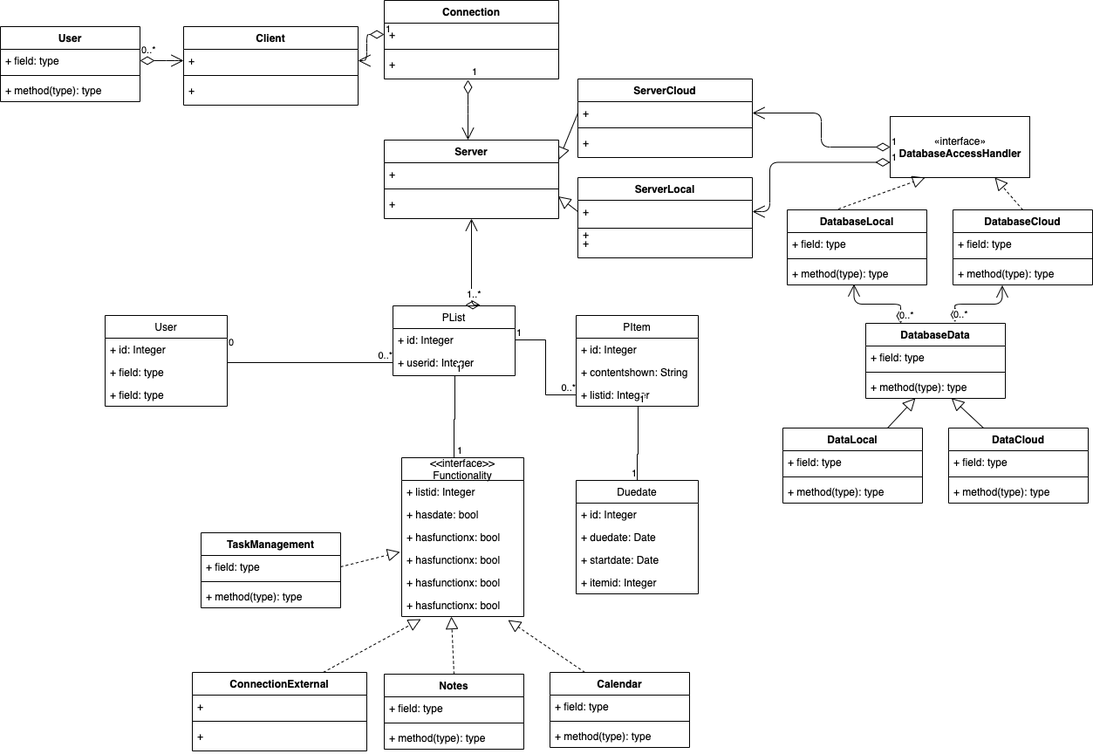
Above: docs/design/it2_class_diagram.png in zchris07/One-Stop (draw.io), before the change. Source tidied: cells renumbered, new cells last; positions are measured from the earlier drawing's top-left corner, leaving out a move shared by most shapes.
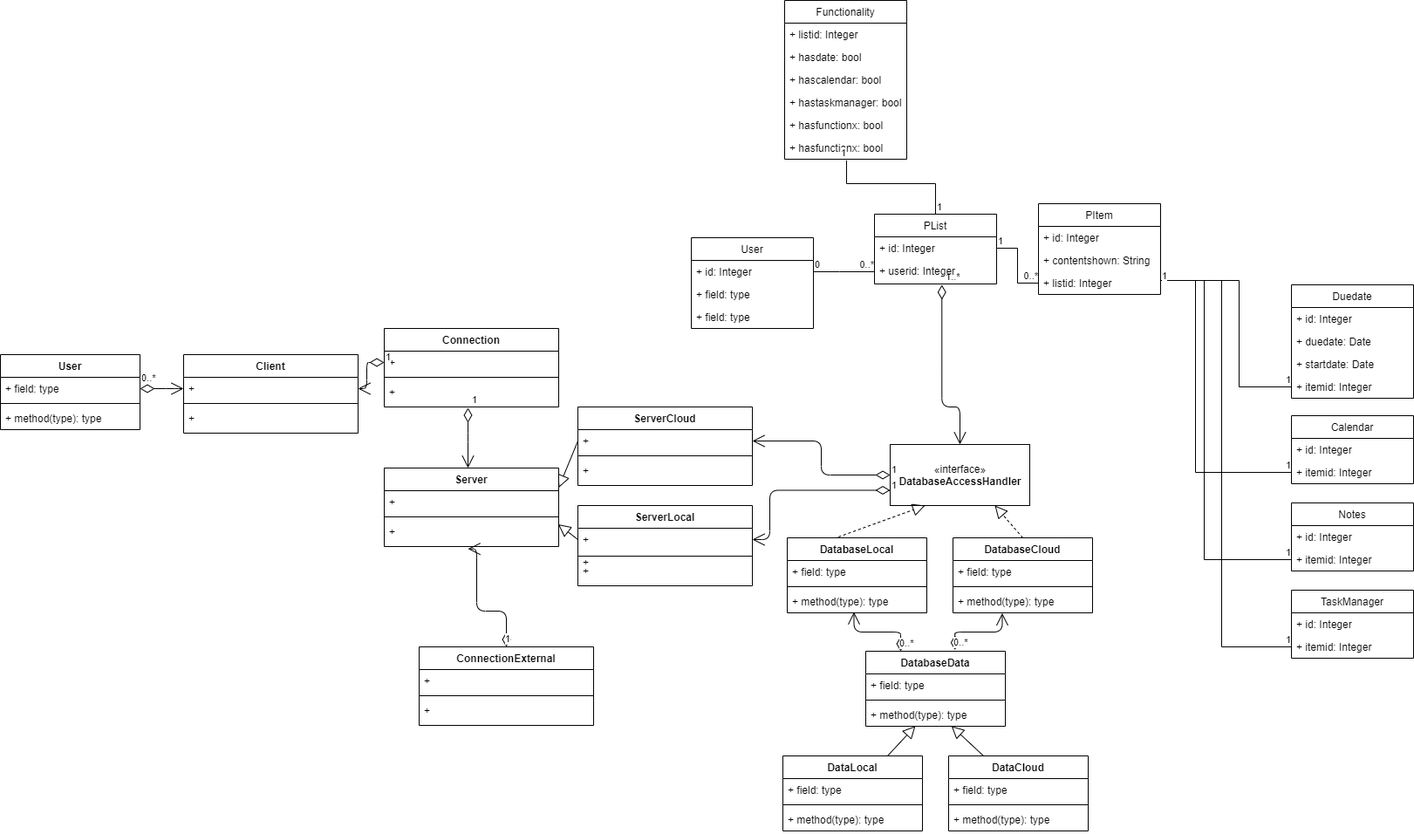
After the change.

Diff of the diagram source:
```diff
@@ -78,7 +78,7 @@
       <mxGeometry y="60" width="160" height="26" as="geometry" />
     </mxCell>
     <mxCell id="27" value="ConnectionExternal" style="swimlane;fontStyle=1;align=center;verticalAlign=top;horizontal=1;startSize=26;" parent="1" vertex="1">
-      <mxGeometry x="220" y="770" width="200" height="90" as="geometry" />
+      <mxGeometry x="480" y="365" width="200" height="90" as="geometry" />
     </mxCell>
     <mxCell id="28" value="+ " style="text;strokeColor=none;fillColor=none;align=left;verticalAlign=top;spacingLeft=4;spacingRight=4;overflow=hidden;" parent="27" vertex="1">
       <mxGeometry y="26" width="200" height="26" as="geometry" />
@@ -113,42 +113,6 @@
     <mxCell id="38" value="+ method(type): type" style="text;strokeColor=none;fillColor=none;align=left;verticalAlign=top;spacingLeft=4;spacingRight=4;overflow=hidden;" parent="35" vertex="1">
       <mxGeometry y="60" width="160" height="26" as="geometry" />
     </mxCell>
-    <mxCell id="39" value="TaskManagement" style="swimlane;fontStyle=1;align=center;verticalAlign=top;horizontal=1;startSize=26;" parent="1" vertex="1">
-      <mxGeometry x="230" y="610" width="160" height="86" as="geometry" />
-    </mxCell>
-    <mxCell id="40" value="+ field: type" style="text;strokeColor=none;fillColor=none;align=left;verticalAlign=top;spacingLeft=4;spacingRight=4;overflow=hidden;points=[[0,0.5],[1,0.5]];portConstraint=eastwest;" parent="39" vertex="1">
-      <mxGeometry y="26" width="160" height="26" as="geometry" />
-    </mxCell>
-    <mxCell id="41" style="line;strokeWidth=1;fillColor=none;align=left;verticalAlign=middle;spacingTop=-1;spacingLeft=3;spacingRight=3;labelPosition=right;" parent="39" vertex="1">
-      <mxGeometry y="52" width="160" height="8" as="geometry" />
-    </mxCell>
-    <mxCell id="42" value="+ method(type): type" style="text;strokeColor=none;fillColor=none;align=left;verticalAlign=top;spacingLeft=4;spacingRight=4;overflow=hidden;" parent="39" vertex="1">
-      <mxGeometry y="60" width="160" height="26" as="geometry" />
-    </mxCell>
-    <mxCell id="43" value="Calendar" style="swimlane;fontStyle=1;align=center;verticalAlign=top;horizontal=1;startSize=26;" parent="1" vertex="1">
-      <mxGeometry x="630" y="770" width="160" height="86" as="geometry" />
-    </mxCell>
-    <mxCell id="44" value="+ field: type" style="text;strokeColor=none;fillColor=none;align=left;verticalAlign=top;spacingLeft=4;spacingRight=4;overflow=hidden;" parent="43" vertex="1">
-      <mxGeometry y="26" width="160" height="26" as="geometry" />
-    </mxCell>
-    <mxCell id="45" style="line;strokeWidth=1;fillColor=none;align=left;verticalAlign=middle;spacingTop=-1;spacingLeft=3;spacingRight=3;labelPosition=right;" parent="43" vertex="1">
-      <mxGeometry y="52" width="160" height="8" as="geometry" />
-    </mxCell>
-    <mxCell id="46" value="+ method(type): type" style="text;strokeColor=none;fillColor=none;align=left;verticalAlign=top;spacingLeft=4;spacingRight=4;overflow=hidden;" parent="43" vertex="1">
-      <mxGeometry y="60" width="160" height="26" as="geometry" />
-    </mxCell>
-    <mxCell id="47" value="Notes" style="swimlane;fontStyle=1;align=center;verticalAlign=top;horizontal=1;startSize=26;" parent="1" vertex="1">
-      <mxGeometry x="440" y="772" width="160" height="86" as="geometry" />
-    </mxCell>
-    <mxCell id="48" value="+ field: type" style="text;strokeColor=none;fillColor=none;align=left;verticalAlign=top;spacingLeft=4;spacingRight=4;overflow=hidden;" parent="47" vertex="1">
-      <mxGeometry y="26" width="160" height="26" as="geometry" />
-    </mxCell>
-    <mxCell id="49" style="line;strokeWidth=1;fillColor=none;align=left;verticalAlign=middle;spacingTop=-1;spacingLeft=3;spacingRight=3;labelPosition=right;" parent="47" vertex="1">
-      <mxGeometry y="52" width="160" height="8" as="geometry" />
-    </mxCell>
-    <mxCell id="50" value="+ method(type): type" style="text;strokeColor=none;fillColor=none;align=left;verticalAlign=top;spacingLeft=4;spacingRight=4;overflow=hidden;" parent="47" vertex="1">
-      <mxGeometry y="60" width="160" height="26" as="geometry" />
-    </mxCell>
     <mxCell id="51" value="«interface»&lt;br&gt;&lt;b&gt;DatabaseAccessHandler&lt;/b&gt;" style="html=1;" parent="1" vertex="1">
       <mxGeometry x="1020" y="133" width="160" height="70" as="geometry" />
     </mxCell>
@@ -223,18 +187,6 @@
     <mxCell id="73" value="+ " style="text;strokeColor=none;fillColor=none;align=left;verticalAlign=top;spacingLeft=4;spacingRight=4;overflow=hidden;points=[[0,0.5],[1,0.5]];portConstraint=eastwest;" parent="70" vertex="1">
       <mxGeometry y="60" width="200" height="30" as="geometry" />
     </mxCell>
-    <mxCell id="74" style="endArrow=block;endFill=0;endSize=12;html=1;sourcePerimeterSpacing=8;targetPerimeterSpacing=8;entryX=0.871;entryY=1.154;entryDx=0;entryDy=0;exitX=0.25;exitY=0;exitDx=0;exitDy=0;dashed=1;entryPerimeter=0;" parent="1" edge="1" source="43" target="95">
-      <mxGeometry relative="1" as="geometry" />
-    </mxCell>
-    <mxCell id="75" style="endArrow=block;endFill=0;endSize=12;html=1;sourcePerimeterSpacing=8;targetPerimeterSpacing=8;entryX=0.407;entryY=1;entryDx=0;entryDy=0;exitX=0.5;exitY=0;exitDx=0;exitDy=0;dashed=1;entryPerimeter=0;" parent="1" edge="1" source="47" target="95">
-      <mxGeometry relative="1" as="geometry" />
-    </mxCell>
-    <mxCell id="76" style="endArrow=block;endFill=0;endSize=12;html=1;sourcePerimeterSpacing=8;targetPerimeterSpacing=8;entryX=0.157;entryY=1.115;entryDx=0;entryDy=0;exitX=0.75;exitY=0;exitDx=0;exitDy=0;dashed=1;entryPerimeter=0;" parent="1" edge="1" source="27" target="95">
-      <mxGeometry relative="1" as="geometry" />
-    </mxCell>
-    <mxCell id="77" style="endArrow=block;endFill=0;endSize=12;html=1;sourcePerimeterSpacing=8;targetPerimeterSpacing=8;entryX=-0.014;entryY=0.154;entryDx=0;entryDy=0;exitX=1;exitY=0.5;exitDx=0;exitDy=0;dashed=1;entryPerimeter=0;" parent="1" edge="1" source="40" target="93">
-      <mxGeometry relative="1" as="geometry" />
-    </mxCell>
     <mxCell id="78" value="1" style="endArrow=open;html=1;endSize=12;startArrow=diamondThin;startSize=14;startFill=0;edgeStyle=orthogonalEdgeStyle;align=left;verticalAlign=bottom;sourcePerimeterSpacing=8;targetPerimeterSpacing=8;" parent="1" edge="1">
       <mxGeometry x="-1" y="3" relative="1" as="geometry">
         <mxPoint x="536" y="91" as="sourcePoint" />
@@ -245,11 +197,11 @@
         </Array>
       </mxGeometry>
     </mxCell>
-    <mxCell id="79" value="1..*" style="endArrow=open;html=1;endSize=12;startArrow=diamondThin;startSize=14;startFill=0;edgeStyle=orthogonalEdgeStyle;align=left;verticalAlign=bottom;sourcePerimeterSpacing=8;targetPerimeterSpacing=8;exitX=0.593;exitY=-0.013;exitDx=0;exitDy=0;exitPerimeter=0;" parent="1" edge="1" source="82">
+    <mxCell id="79" value="1..*" style="endArrow=open;html=1;endSize=12;startArrow=diamondThin;startSize=14;startFill=0;edgeStyle=orthogonalEdgeStyle;align=left;verticalAlign=bottom;sourcePerimeterSpacing=8;targetPerimeterSpacing=8;exitX=0.552;exitY=1.036;exitDx=0;exitDy=0;exitPerimeter=0;entryX=0.5;entryY=0;entryDx=0;entryDy=0;" parent="1" edge="1" source="84" target="51">
       <mxGeometry x="-1" y="3" relative="1" as="geometry">
-        <mxPoint x="540" y="250" as="targetPoint" />
         <Array as="points">
-          <mxPoint x="540" y="349" />
+          <mxPoint x="1079" y="90" />
+          <mxPoint x="1100" y="90" />
         </Array>
       </mxGeometry>
     </mxCell>
@@ -270,7 +222,7 @@
       </mxGeometry>
     </mxCell>
     <mxCell id="82" value="PList" style="swimlane;fontStyle=0;horizontal=1;startSize=26;fillColor=none;" parent="1" vertex="1">
-      <mxGeometry x="450" y="350" width="140" height="80" as="geometry" />
+      <mxGeometry x="1002" y="-131" width="140" height="80" as="geometry" />
     </mxCell>
     <mxCell id="83" value="+ id: Integer" style="text;strokeColor=none;fillColor=none;align=left;verticalAlign=top;spacingLeft=4;spacingRight=4;overflow=hidden;points=[[0,0.5],[1,0.5]];portConstraint=eastwest;" parent="82" vertex="1">
       <mxGeometry y="26" width="140" height="26" as="geometry" />
@@ -279,7 +231,7 @@
       <mxGeometry y="52" width="140" height="28" as="geometry" />
     </mxCell>
     <mxCell id="85" value="PItem" style="swimlane;fontStyle=0;horizontal=1;startSize=26;fillColor=none;" parent="1" vertex="1">
-      <mxGeometry x="660" y="361" width="140" height="104" as="geometry" />
+      <mxGeometry x="1190" y="-143" width="140" height="104" as="geometry" />
     </mxCell>
     <mxCell id="86" value="+ id: Integer" style="text;strokeColor=none;fillColor=none;align=left;verticalAlign=top;spacingLeft=4;spacingRight=4;overflow=hidden;" parent="85" vertex="1">
       <mxGeometry y="26" width="140" height="26" as="geometry" />
@@ -290,8 +242,8 @@
     <mxCell id="88" value="+ listid: Integer" style="text;strokeColor=none;fillColor=none;align=left;verticalAlign=top;spacingLeft=4;spacingRight=4;overflow=hidden;points=[[0,0.5],[1,0.5]];portConstraint=eastwest;" parent="85" vertex="1">
       <mxGeometry y="78" width="140" height="26" as="geometry" />
     </mxCell>
-    <mxCell id="89" value="&lt;&lt;interface&gt;&gt;&#10;Functionality" style="swimlane;fontStyle=0;horizontal=1;startSize=26;fillColor=none;" parent="1" vertex="1">
-      <mxGeometry x="460" y="524" width="140" height="182" as="geometry" />
+    <mxCell id="89" value="Functionality" style="swimlane;fontStyle=0;horizontal=1;startSize=26;fillColor=none;" parent="1" vertex="1">
+      <mxGeometry x="899" y="-376" width="140" height="182" as="geometry" />
     </mxCell>
     <mxCell id="90" value="+ listid: Integer" style="text;strokeColor=none;fillColor=none;align=left;verticalAlign=top;spacingLeft=4;spacingRight=4;overflow=hidden;" parent="89" vertex="1">
       <mxGeometry y="26" width="140" height="26" as="geometry" />
@@ -299,10 +251,10 @@
     <mxCell id="91" value="+ hasdate: bool" style="text;strokeColor=none;fillColor=none;align=left;verticalAlign=top;spacingLeft=4;spacingRight=4;overflow=hidden;" parent="89" vertex="1">
       <mxGeometry y="52" width="140" height="26" as="geometry" />
     </mxCell>
-    <mxCell id="92" value="+ hasfunctionx: bool" style="text;strokeColor=none;fillColor=none;align=left;verticalAlign=top;spacingLeft=4;spacingRight=4;overflow=hidden;" parent="89" vertex="1">
+    <mxCell id="92" value="+ hascalendar: bool" style="text;strokeColor=none;fillColor=none;align=left;verticalAlign=top;spacingLeft=4;spacingRight=4;overflow=hidden;" parent="89" vertex="1">
       <mxGeometry y="78" width="140" height="26" as="geometry" />
     </mxCell>
-    <mxCell id="93" value="+ hasfunctionx: bool" style="text;strokeColor=none;fillColor=none;align=left;verticalAlign=top;spacingLeft=4;spacingRight=4;overflow=hidden;points=[[0,0.5],[1,0.5]];portConstraint=eastwest;" parent="89" vertex="1">
+    <mxCell id="93" value="+ hastaskmanager: bool" style="text;strokeColor=none;fillColor=none;align=left;verticalAlign=top;spacingLeft=4;spacingRight=4;overflow=hidden;points=[[0,0.5],[1,0.5]];portConstraint=eastwest;" parent="89" vertex="1">
       <mxGeometry y="104" width="140" height="26" as="geometry" />
     </mxCell>
     <mxCell id="94" value="+ hasfunctionx: bool" style="text;strokeColor=none;fillColor=none;align=left;verticalAlign=top;spacingLeft=4;spacingRight=4;overflow=hidden;" parent="89" vertex="1">
@@ -312,7 +264,7 @@
       <mxGeometry y="156" width="140" height="26" as="geometry" />
     </mxCell>
     <mxCell id="96" value="User" style="swimlane;fontStyle=0;horizontal=1;startSize=26;fillColor=none;" parent="1" vertex="1">
-      <mxGeometry x="120" y="361" width="140" height="104" as="geometry" />
+      <mxGeometry x="792" y="-104" width="140" height="104" as="geometry" />
     </mxCell>
     <mxCell id="97" value="+ id: Integer" style="text;strokeColor=none;fillColor=none;align=left;verticalAlign=top;spacingLeft=4;spacingRight=4;overflow=hidden;points=[[0,0.5],[1,0.5]];portConstraint=eastwest;" parent="96" vertex="1">
       <mxGeometry y="26" width="140" height="26" as="geometry" />
@@ -324,7 +276,7 @@
       <mxGeometry y="78" width="140" height="26" as="geometry" />
     </mxCell>
     <mxCell id="100" value="Duedate" style="swimlane;fontStyle=0;horizontal=1;startSize=26;fillColor=none;" parent="1" vertex="1">
-      <mxGeometry x="660" y="550" width="140" height="130" as="geometry" />
+      <mxGeometry x="1480" y="-50" width="140" height="130" as="geometry" />
     </mxCell>
     <mxCell id="101" value="+ id: Integer" style="text;strokeColor=none;fillColor=none;align=left;verticalAlign=top;spacingLeft=4;spacingRight=4;overflow=hidden;" parent="100" vertex="1">
       <mxGeometry y="26" width="140" height="26" as="geometry" />
@@ -350,7 +302,8 @@
     <mxCell id="108" style="endArrow=none;html=1;edgeStyle=orthogonalEdgeStyle;rounded=0;exitX=1;exitY=0.5;exitDx=0;exitDy=0;" parent="1" edge="1" source="97" target="84">
       <mxGeometry relative="1" as="geometry">
         <Array as="points">
-          <mxPoint x="260" y="415" />
+          <mxPoint x="962" y="-65" />
+          <mxPoint x="962" y="-65" />
         </Array>
       </mxGeometry>
     </mxCell>
@@ -360,11 +313,11 @@
     <mxCell id="110" value="0..*" style="edgeLabel;html=1;align=right;verticalAlign=bottom;" parent="108" vertex="1">
       <mxGeometry x="1" relative="1" as="geometry" />
     </mxCell>
-    <mxCell id="111" style="endArrow=none;html=1;edgeStyle=orthogonalEdgeStyle;rounded=0;exitX=0.507;exitY=1;exitDx=0;exitDy=0;entryX=0.5;entryY=0;entryDx=0;entryDy=0;exitPerimeter=0;" parent="1" edge="1" source="88" target="100">
+    <mxCell id="111" style="endArrow=none;html=1;edgeStyle=orthogonalEdgeStyle;rounded=0;exitX=1;exitY=0.5;exitDx=0;exitDy=0;entryX=0;entryY=0.5;entryDx=0;entryDy=0;" parent="1" edge="1" source="88" target="104">
       <mxGeometry relative="1" as="geometry">
         <Array as="points">
-          <mxPoint x="731" y="520" />
-          <mxPoint x="730" y="520" />
+          <mxPoint x="1420" y="-55" />
+          <mxPoint x="1420" y="67" />
         </Array>
       </mxGeometry>
     </mxCell>
@@ -374,12 +327,11 @@
     <mxCell id="113" value="1" style="edgeLabel;html=1;align=right;verticalAlign=bottom;" parent="111" vertex="1">
       <mxGeometry x="1" relative="1" as="geometry" />
     </mxCell>
-    <mxCell id="114" style="endArrow=none;html=1;edgeStyle=orthogonalEdgeStyle;rounded=0;entryX=0.5;entryY=0;entryDx=0;entryDy=0;exitX=0.507;exitY=1;exitDx=0;exitDy=0;exitPerimeter=0;" parent="1" edge="1" source="84" target="89">
+    <mxCell id="114" style="endArrow=none;html=1;edgeStyle=orthogonalEdgeStyle;rounded=0;entryX=0.507;entryY=1.051;entryDx=0;entryDy=0;exitX=0.5;exitY=0;exitDx=0;exitDy=0;entryPerimeter=0;" parent="1" edge="1" source="82" target="95">
       <mxGeometry relative="1" as="geometry">
         <Array as="points">
-          <mxPoint x="521" y="480" />
-          <mxPoint x="520" y="480" />
-          <mxPoint x="520" y="524" />
+          <mxPoint x="1072" y="-166" />
+          <mxPoint x="970" y="-166" />
         </Array>
       </mxGeometry>
     </mxCell>
@@ -389,5 +341,82 @@
     <mxCell id="116" value="1" style="edgeLabel;html=1;align=right;verticalAlign=bottom;" parent="114" vertex="1">
       <mxGeometry x="1" relative="1" as="geometry" />
     </mxCell>
+    <mxCell id="117" style="endArrow=none;html=1;edgeStyle=orthogonalEdgeStyle;rounded=0;exitX=1;exitY=0.5;exitDx=0;exitDy=0;entryX=0;entryY=0.5;entryDx=0;entryDy=0;" parent="1" edge="1" source="88" target="121">
+      <mxGeometry relative="1" as="geometry">
+        <Array as="points">
+          <mxPoint x="1370" y="-55" />
+          <mxPoint x="1370" y="165" />
+        </Array>
+      </mxGeometry>
+    </mxCell>
+    <mxCell id="118" value="1" style="edgeLabel;html=1;align=left;verticalAlign=bottom;" parent="117" vertex="1">
+      <mxGeometry x="-1" relative="1" as="geometry" />
+    </mxCell>
+    <mxCell id="119" value="1" style="edgeLabel;html=1;align=right;verticalAlign=bottom;" parent="117" vertex="1">
+      <mxGeometry x="1" relative="1" as="geometry" />
+    </mxCell>
+    <mxCell id="43" value="Calendar" style="swimlane;fontStyle=0;horizontal=1;startSize=26;fillColor=none;" parent="1" vertex="1">
+      <mxGeometry x="1480" y="100" width="140" height="78" as="geometry" />
+    </mxCell>
+    <mxCell id="120" value="+ id: Integer" style="text;strokeColor=none;fillColor=none;align=left;verticalAlign=top;spacingLeft=4;spacingRight=4;overflow=hidden;" parent="43" vertex="1">
+      <mxGeometry y="26" width="140" height="26" as="geometry" />
+    </mxCell>
+    <mxCell id="121" value="+ itemid: Integer" style="text;strokeColor=none;fillColor=none;align=left;verticalAlign=top;spacingLeft=4;spacingRight=4;overflow=hidden;points=[[0,0.5],[1,0.5]];portConstraint=eastwest;" parent="43" vertex="1">
+      <mxGeometry y="52" width="140" height="26" as="geometry" />
+    </mxCell>
+    <mxCell id="47" value="Notes" style="swimlane;fontStyle=0;horizontal=1;startSize=26;fillColor=none;" parent="1" vertex="1">
+      <mxGeometry x="1480" y="200" width="140" height="78" as="geometry" />
+    </mxCell>
+    <mxCell id="122" value="+ id: Integer" style="text;strokeColor=none;fillColor=none;align=left;verticalAlign=top;spacingLeft=4;spacingRight=4;overflow=hidden;" parent="47" vertex="1">
+      <mxGeometry y="26" width="140" height="26" as="geometry" />
+    </mxCell>
+    <mxCell id="123" value="+ itemid: Integer" style="text;strokeColor=none;fillColor=none;align=left;verticalAlign=top;spacingLeft=4;spacingRight=4;overflow=hidden;points=[[0,0.5],[1,0.5]];portConstraint=eastwest;" parent="47" vertex="1">
+      <mxGeometry y="52" width="140" height="26" as="geometry" />
+    </mxCell>
+    <mxCell id="124" style="endArrow=none;html=1;edgeStyle=orthogonalEdgeStyle;rounded=0;exitX=1;exitY=0.5;exitDx=0;exitDy=0;entryX=0;entryY=0.5;entryDx=0;entryDy=0;" parent="1" edge="1" source="88" target="123">
+      <mxGeometry relative="1" as="geometry">
+        <Array as="points">
+          <mxPoint x="1380" y="-55" />
+          <mxPoint x="1380" y="265" />
+        </Array>
+      </mxGeometry>
+    </mxCell>
+    <mxCell id="125" value="1" style="edgeLabel;html=1;align=left;verticalAlign=bottom;" parent="124" vertex="1">
+      <mxGeometry x="-1" relative="1" as="geometry" />
+    </mxCell>
+    <mxCell id="126" value="1" style="edgeLabel;html=1;align=right;verticalAlign=bottom;" parent="124" vertex="1">
+      <mxGeometry x="1" relative="1" as="geometry" />
+    </mxCell>
+    <mxCell id="127" value="1" style="endArrow=open;html=1;endSize=12;startArrow=diamondThin;startSize=14;startFill=0;edgeStyle=orthogonalEdgeStyle;align=left;verticalAlign=bottom;sourcePerimeterSpacing=8;targetPerimeterSpacing=8;entryX=0.48;entryY=1.089;entryDx=0;entryDy=0;entryPerimeter=0;exitX=0.5;exitY=0;exitDx=0;exitDy=0;" parent="1" edge="1" source="27" target="73">
+      <mxGeometry x="-1" y="3" relative="1" as="geometry">
+        <Array as="points">
+          <mxPoint x="546" y="324" />
+          <mxPoint x="546" y="253" />
+        </Array>
+      </mxGeometry>
+    </mxCell>
+    <mxCell id="128" value="TaskManager" style="swimlane;fontStyle=0;horizontal=1;startSize=26;fillColor=none;" parent="1" vertex="1">
+      <mxGeometry x="1480" y="300" width="140" height="78" as="geometry" />
+    </mxCell>
+    <mxCell id="129" value="+ id: Integer" style="text;strokeColor=none;fillColor=none;align=left;verticalAlign=top;spacingLeft=4;spacingRight=4;overflow=hidden;" parent="128" vertex="1">
+      <mxGeometry y="26" width="140" height="26" as="geometry" />
+    </mxCell>
+    <mxCell id="130" value="+ itemid: Integer" style="text;strokeColor=none;fillColor=none;align=left;verticalAlign=top;spacingLeft=4;spacingRight=4;overflow=hidden;points=[[0,0.5],[1,0.5]];portConstraint=eastwest;" parent="128" vertex="1">
+      <mxGeometry y="52" width="140" height="26" as="geometry" />
+    </mxCell>
+    <mxCell id="131" style="endArrow=none;html=1;edgeStyle=orthogonalEdgeStyle;rounded=0;exitX=1;exitY=0.5;exitDx=0;exitDy=0;entryX=0;entryY=0.5;entryDx=0;entryDy=0;" parent="1" edge="1" source="88" target="130">
+      <mxGeometry relative="1" as="geometry">
+        <Array as="points">
+          <mxPoint x="1400" y="-55" />
+          <mxPoint x="1400" y="365" />
+        </Array>
+      </mxGeometry>
+    </mxCell>
+    <mxCell id="132" value="1" style="edgeLabel;html=1;align=left;verticalAlign=bottom;" parent="131" vertex="1">
+      <mxGeometry x="-1" relative="1" as="geometry" />
+    </mxCell>
+    <mxCell id="133" value="1" style="edgeLabel;html=1;align=right;verticalAlign=bottom;" parent="131" vertex="1">
+      <mxGeometry x="1" relative="1" as="geometry" />
+    </mxCell>
   </root>
 </mxGraphModel>
```
